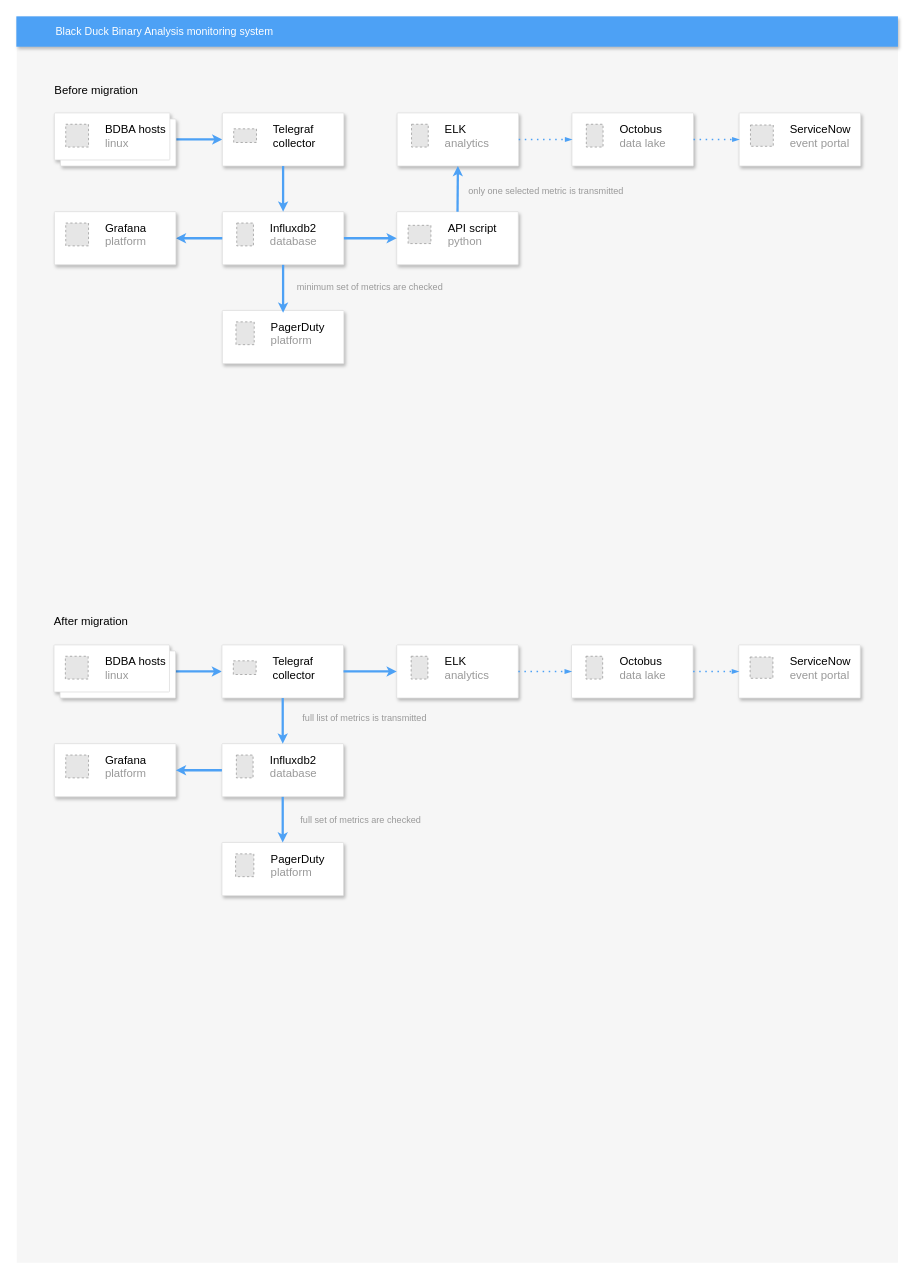
The draw.io diagram elastic_kibana/Untitled Diagram.drawio in faxome/bdba_monitoring, before the edit. Source tidied: cells renumbered, new cells numbered last; positions are measured from the earlier drawing's top-left corner, leaving out a move shared by most shapes. Both pictures are drawn from the tidied source at 76%, with x=0, y=0 at pixel (16, 16). Pictures stored in the file or linked from it are replaced by grey dashed boxes.
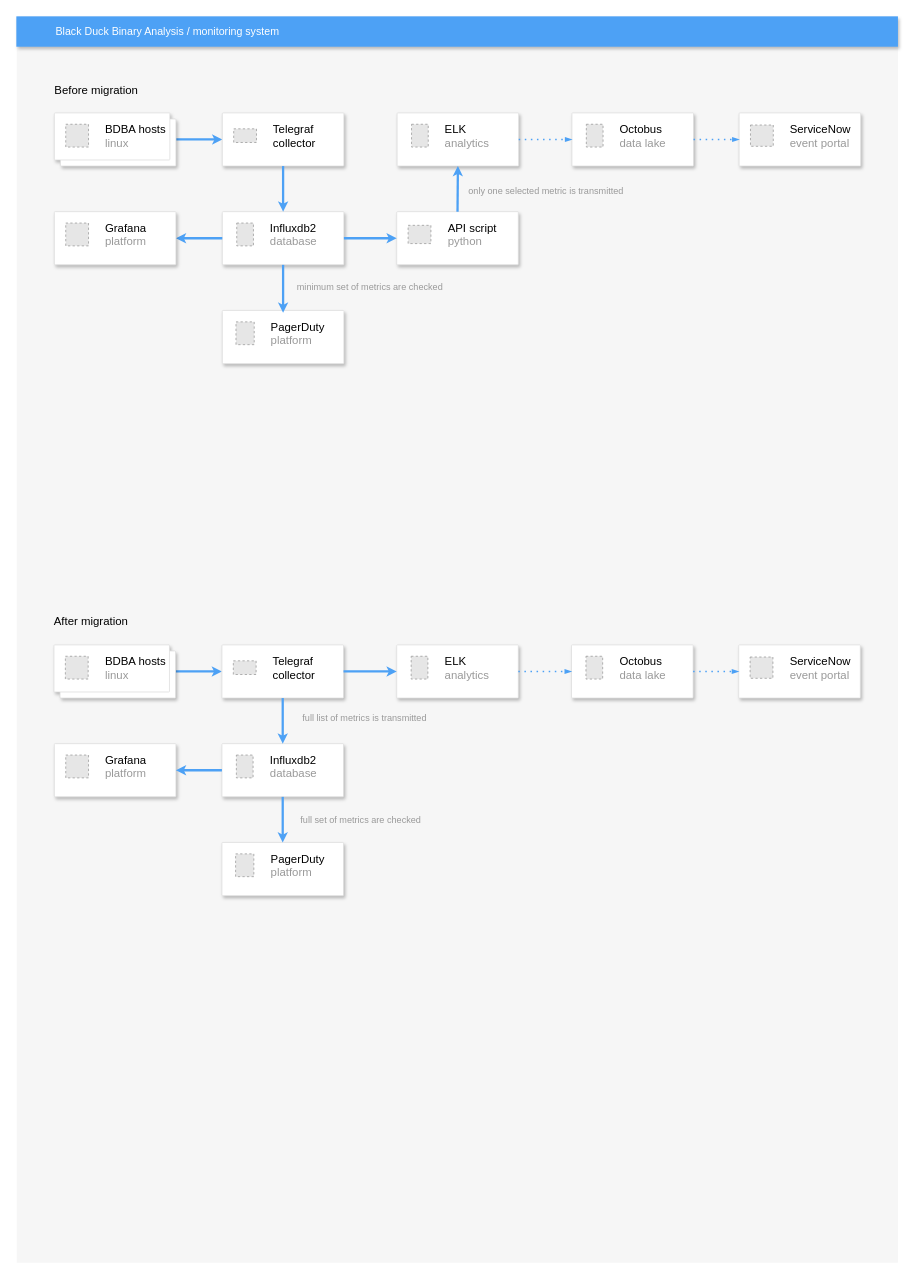
Above is the later version.

Change to the diagram source:
```diff
@@
-    <mxCell id="20" value="Black Duck Binary Analysis&amp;nbsp;monitoring system&amp;nbsp;" style="fillColor=#4DA1F5;strokeColor=none;shadow=1;gradientColor=none;fontSize=14;align=left;spacingLeft=50;fontColor=#ffffff;html=1;" parent="1" vertex="1">
+    <mxCell id="20" value="Black Duck Binary Analysis / monitoring system&amp;nbsp;" style="fillColor=#4DA1F5;strokeColor=none;shadow=1;gradientColor=none;fontSize=14;align=left;spacingLeft=50;fontColor=#ffffff;html=1;" parent="1" vertex="1">
       <mxGeometry width="1160" height="40" as="geometry" />
     </mxCell>
```
